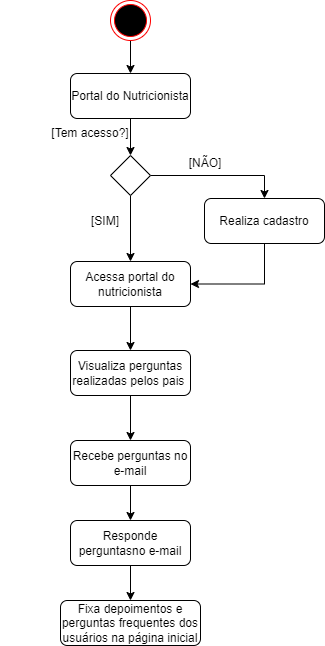
Before: NutriKids/Diagramas/Diagrama_atividade_Nutricionista.png, a diagram exported from draw.io (mvitoriasuz/FATEC_PI_NutriKids). Source tidied: cells renumbered, new cells last; positions are measured from the earlier drawing's top-left corner, leaving out a move shared by most shapes.
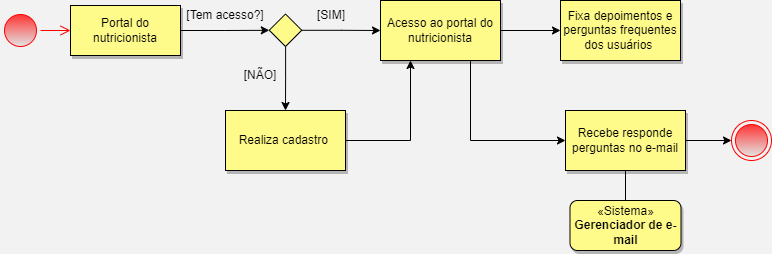
After the commit.

Commit message:
Diagramas de Caso de Uso, Atividade e Contexto

Change to the diagram source:
```diff
@@ -1,72 +1,69 @@
-<mxGraphModel>
+<mxGraphModel background="#F2F2F2">
   <root>
     <mxCell id="0" />
     <mxCell id="1" parent="0" />
-    <mxCell id="2" style="edgeStyle=orthogonalEdgeStyle;rounded=0;jettySize=auto;html=1;entryX=0.5;entryY=0;entryDx=0;entryDy=0;" parent="1" edge="1" source="3" target="5">
-      <mxGeometry relative="1" as="geometry" />
-    </mxCell>
-    <mxCell id="3" style="ellipse;html=1;shape=endState;fillColor=#000000;strokeColor=#ff0000;" parent="1" vertex="1">
-      <mxGeometry x="110" width="40" height="40" as="geometry" />
-    </mxCell>
-    <mxCell id="4" style="edgeStyle=orthogonalEdgeStyle;rounded=0;jettySize=auto;html=1;entryX=0.5;entryY=0;entryDx=0;entryDy=0;" parent="1" edge="1" source="5" target="8">
-      <mxGeometry relative="1" as="geometry" />
-    </mxCell>
-    <mxCell id="5" value="Portal do Nutricionista" style="rounded=1;whiteSpace=wrap;html=1;" parent="1" vertex="1">
-      <mxGeometry x="70" y="73" width="120" height="45" as="geometry" />
-    </mxCell>
-    <mxCell id="6" style="edgeStyle=orthogonalEdgeStyle;rounded=0;jettySize=auto;html=1;entryX=0.5;entryY=0;entryDx=0;entryDy=0;" parent="1" edge="1" source="8" target="10">
-      <mxGeometry relative="1" as="geometry" />
-    </mxCell>
-    <mxCell id="7" style="edgeStyle=orthogonalEdgeStyle;rounded=0;jettySize=auto;html=1;entryX=0.5;entryY=0;entryDx=0;entryDy=0;" parent="1" edge="1" source="8" target="15">
-      <mxGeometry relative="1" as="geometry" />
-    </mxCell>
-    <mxCell id="8" style="rhombus;whiteSpace=wrap;html=1;" parent="1" vertex="1">
-      <mxGeometry x="110" y="155" width="40" height="40" as="geometry" />
-    </mxCell>
-    <mxCell id="9" style="edgeStyle=orthogonalEdgeStyle;rounded=0;jettySize=auto;html=1;entryX=0.5;entryY=0;entryDx=0;entryDy=0;" parent="1" edge="1" source="10" target="18">
-      <mxGeometry relative="1" as="geometry" />
-    </mxCell>
-    <mxCell id="10" value="Acessa portal do nutricionista" style="rounded=1;whiteSpace=wrap;html=1;" parent="1" vertex="1">
-      <mxGeometry x="70" y="261" width="120" height="45" as="geometry" />
-    </mxCell>
+    <mxCell id="24" style="ellipse;html=1;shape=startState;fillColor=#FF3333;strokeColor=#ff0000;gradientColor=#E3E3E3;" parent="1" vertex="1">
+      <mxGeometry x="-171" y="70" width="40" height="40" as="geometry" />
+    </mxCell>
+    <mxCell id="25" style="edgeStyle=orthogonalEdgeStyle;html=1;verticalAlign=bottom;endArrow=open;endSize=8;strokeColor=#ff0000;rounded=0;entryX=0;entryY=0.5;entryDx=0;entryDy=0;" parent="1" edge="1" source="24" target="27">
+      <mxGeometry relative="1" as="geometry" />
+    </mxCell>
+    <mxCell id="26" style="edgeStyle=orthogonalEdgeStyle;rounded=0;jettySize=auto;html=1;" parent="1" edge="1" source="27" target="30">
+      <mxGeometry relative="1" as="geometry" />
+    </mxCell>
+    <mxCell id="27" value="Portal do nutricionista" style="html=1;whiteSpace=wrap;fillColor=#FFFB8A;gradientColor=none;gradientDirection=north;shadow=1;" parent="1" vertex="1">
+      <mxGeometry x="-101" y="65" width="110" height="50" as="geometry" />
+    </mxCell>
+    <mxCell id="28" style="edgeStyle=orthogonalEdgeStyle;rounded=0;jettySize=auto;html=1;" parent="1" edge="1" source="30" target="33">
+      <mxGeometry relative="1" as="geometry" />
+    </mxCell>
+    <mxCell id="29" style="edgeStyle=orthogonalEdgeStyle;rounded=0;jettySize=auto;html=1;" parent="1" edge="1" source="30" target="15">
+      <mxGeometry relative="1" as="geometry" />
+    </mxCell>
+    <mxCell id="30" style="rhombus;whiteSpace=wrap;html=1;strokeWidth=1;fillColor=#FFFB8A;" parent="1" vertex="1">
+      <mxGeometry x="97.8" y="73.5" width="32.5" height="32.5" as="geometry" />
+    </mxCell>
+    <mxCell id="31" style="edgeStyle=orthogonalEdgeStyle;rounded=0;jettySize=auto;html=1;" parent="1" edge="1" source="33" target="35">
+      <mxGeometry relative="1" as="geometry" />
+    </mxCell>
+    <mxCell id="32" style="edgeStyle=orthogonalEdgeStyle;rounded=0;jettySize=auto;html=1;exitX=0.75;exitY=1;exitDx=0;exitDy=0;entryX=0;entryY=0.5;entryDx=0;entryDy=0;" parent="1" edge="1" source="33" target="38">
+      <mxGeometry relative="1" as="geometry" />
+    </mxCell>
+    <mxCell id="33" value="Acesso ao portal do nutricionista" style="whiteSpace=wrap;html=1;fillColor=#FFFB8A;shadow=1;" parent="1" vertex="1">
+      <mxGeometry x="209" y="60" width="120" height="60" as="geometry" />
+    </mxCell>
+    <mxCell id="13" value="[SIM]" style="text;html=1;strokeColor=none;fillColor=none;align=center;verticalAlign=middle;whiteSpace=wrap;rounded=0;" parent="1" vertex="1">
+      <mxGeometry x="130.2" y="60" width="60" height="30" as="geometry" />
+    </mxCell>
     <mxCell id="11" value="[Tem acesso?]" style="text;html=1;strokeColor=none;fillColor=none;align=center;verticalAlign=middle;whiteSpace=wrap;rounded=0;" parent="1" vertex="1">
-      <mxGeometry y="118" width="180" height="30" as="geometry" />
+      <mxGeometry x="9" y="60" width="90" height="30" as="geometry" />
     </mxCell>
-    <mxCell id="12" style="edgeStyle=orthogonalEdgeStyle;rounded=0;orthogonalLoop=1;jettySize=auto;html=1;exitX=0.5;exitY=1;exitDx=0;exitDy=0;" parent="1" edge="1" source="11" target="11">
-      <mxGeometry relative="1" as="geometry" />
-    </mxCell>
-    <mxCell id="13" value="[SIM]" style="text;html=1;strokeColor=none;fillColor=none;align=center;verticalAlign=middle;whiteSpace=wrap;rounded=0;" parent="1" vertex="1">
-      <mxGeometry x="50" y="205.5" width="110" height="30" as="geometry" />
-    </mxCell>
-    <mxCell id="14" style="edgeStyle=orthogonalEdgeStyle;rounded=0;jettySize=auto;html=1;entryX=1;entryY=0.5;entryDx=0;entryDy=0;exitX=0.5;exitY=1;exitDx=0;exitDy=0;" parent="1" edge="1" source="15" target="10">
-      <mxGeometry relative="1" as="geometry" />
-    </mxCell>
+    <mxCell id="34" style="edgeStyle=orthogonalEdgeStyle;rounded=0;jettySize=auto;html=1;entryX=0.25;entryY=1;entryDx=0;entryDy=0;" parent="1" edge="1" source="15" target="33">
+      <mxGeometry relative="1" as="geometry" />
+    </mxCell>
-    <mxCell id="15" value="Realiza cadastro" style="rounded=1;whiteSpace=wrap;html=1;" parent="1" vertex="1">
-      <mxGeometry x="204" y="198" width="120" height="45" as="geometry" />
+    <mxCell id="15" value="Realiza cadastro&amp;nbsp;" style="whiteSpace=wrap;html=1;fillColor=#FFFB8A;shadow=1;" parent="1" vertex="1">
+      <mxGeometry x="54" y="170" width="120" height="60" as="geometry" />
     </mxCell>
     <mxCell id="16" value="[NÃO]" style="text;html=1;strokeColor=none;fillColor=none;align=center;verticalAlign=middle;whiteSpace=wrap;rounded=0;" parent="1" vertex="1">
-      <mxGeometry x="150" y="148" width="110" height="30" as="geometry" />
+      <mxGeometry x="59" y="120" width="60" height="30" as="geometry" />
     </mxCell>
-    <mxCell id="17" style="edgeStyle=orthogonalEdgeStyle;rounded=0;jettySize=auto;html=1;entryX=0.5;entryY=0;entryDx=0;entryDy=0;" parent="1" edge="1" source="18" target="20">
-      <mxGeometry relative="1" as="geometry" />
-    </mxCell>
-    <mxCell id="18" value="Visualiza perguntas realizadas pelos pais&amp;nbsp;" style="rounded=1;whiteSpace=wrap;html=1;" parent="1" vertex="1">
-      <mxGeometry x="70" y="350" width="120" height="45" as="geometry" />
-    </mxCell>
-    <mxCell id="19" style="edgeStyle=orthogonalEdgeStyle;rounded=0;jettySize=auto;html=1;entryX=0.5;entryY=0;entryDx=0;entryDy=0;" parent="1" edge="1" source="20" target="22">
-      <mxGeometry relative="1" as="geometry" />
-    </mxCell>
-    <mxCell id="20" value="Recebe perguntas no e-mail" style="rounded=1;whiteSpace=wrap;html=1;" parent="1" vertex="1">
-      <mxGeometry x="70" y="440" width="120" height="45" as="geometry" />
-    </mxCell>
-    <mxCell id="21" style="edgeStyle=orthogonalEdgeStyle;rounded=0;jettySize=auto;html=1;entryX=0.5;entryY=0;entryDx=0;entryDy=0;" parent="1" edge="1" source="22" target="23">
-      <mxGeometry relative="1" as="geometry" />
-    </mxCell>
-    <mxCell id="22" value="Responde perguntasno e-mail" style="rounded=1;whiteSpace=wrap;html=1;" parent="1" vertex="1">
-      <mxGeometry x="70" y="520" width="120" height="45" as="geometry" />
-    </mxCell>
-    <mxCell id="23" value="Fixa depoimentos e perguntas frequentes dos usuários na página inicial" style="rounded=1;whiteSpace=wrap;html=1;" parent="1" vertex="1">
-      <mxGeometry x="60" y="600" width="140" height="45" as="geometry" />
-    </mxCell>
+    <mxCell id="35" value="Fixa depoimentos e perguntas frequentes dos usuários&amp;nbsp;" style="whiteSpace=wrap;html=1;fillColor=#FFFB8A;shadow=1;" parent="1" vertex="1">
+      <mxGeometry x="389" y="60" width="120" height="60" as="geometry" />
+    </mxCell>
+    <mxCell id="36" style="edgeStyle=orthogonalEdgeStyle;rounded=0;jettySize=auto;html=1;entryX=0.5;entryY=0;entryDx=0;entryDy=0;endArrow=none;endFill=0;" parent="1" edge="1" source="38" target="39">
+      <mxGeometry relative="1" as="geometry" />
+    </mxCell>
+    <mxCell id="37" style="edgeStyle=orthogonalEdgeStyle;rounded=0;jettySize=auto;html=1;" parent="1" edge="1" source="38" target="40">
+      <mxGeometry relative="1" as="geometry" />
+    </mxCell>
+    <mxCell id="38" value="Recebe responde perguntas no e-mail" style="whiteSpace=wrap;html=1;fillColor=#FFFB8A;shadow=1;" parent="1" vertex="1">
+      <mxGeometry x="394" y="170" width="120" height="60" as="geometry" />
+    </mxCell>
+    <mxCell id="39" value="«Sistema»&lt;br&gt;&lt;b&gt;Gerenciador de e-mail&lt;/b&gt;" style="html=1;whiteSpace=wrap;fillColor=#FFFB8A;rounded=1;glass=0;shadow=1;" parent="1" vertex="1">
+      <mxGeometry x="398.5" y="260" width="111" height="50" as="geometry" />
+    </mxCell>
+    <mxCell id="40" style="ellipse;html=1;shape=endState;fillColor=#FF3333;strokeColor=#ff0000;gradientColor=#E3E3E3;" parent="1" vertex="1">
+      <mxGeometry x="560" y="180" width="40" height="40" as="geometry" />
+    </mxCell>
   </root>
 </mxGraphModel>
```
